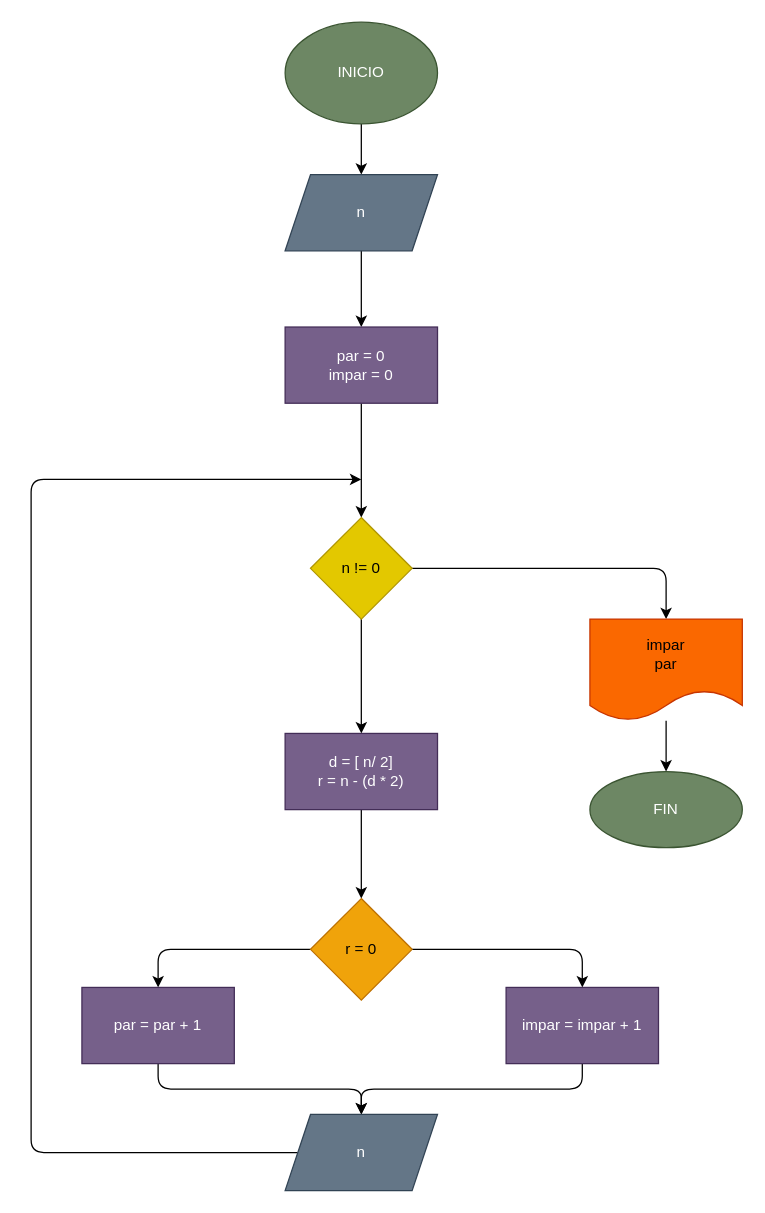
The draw.io diagram ejercicio-2/ejercicio-2.drawio in TomasCv0628/ejercicio-2-centinela, before the edit. Source tidied: cells renumbered, new cells numbered last; positions are measured from the earlier drawing's top-left corner, leaving out a move shared by most shapes. Both pictures are drawn from the tidied source at 127%, with x=0, y=0 at pixel (30, 22).
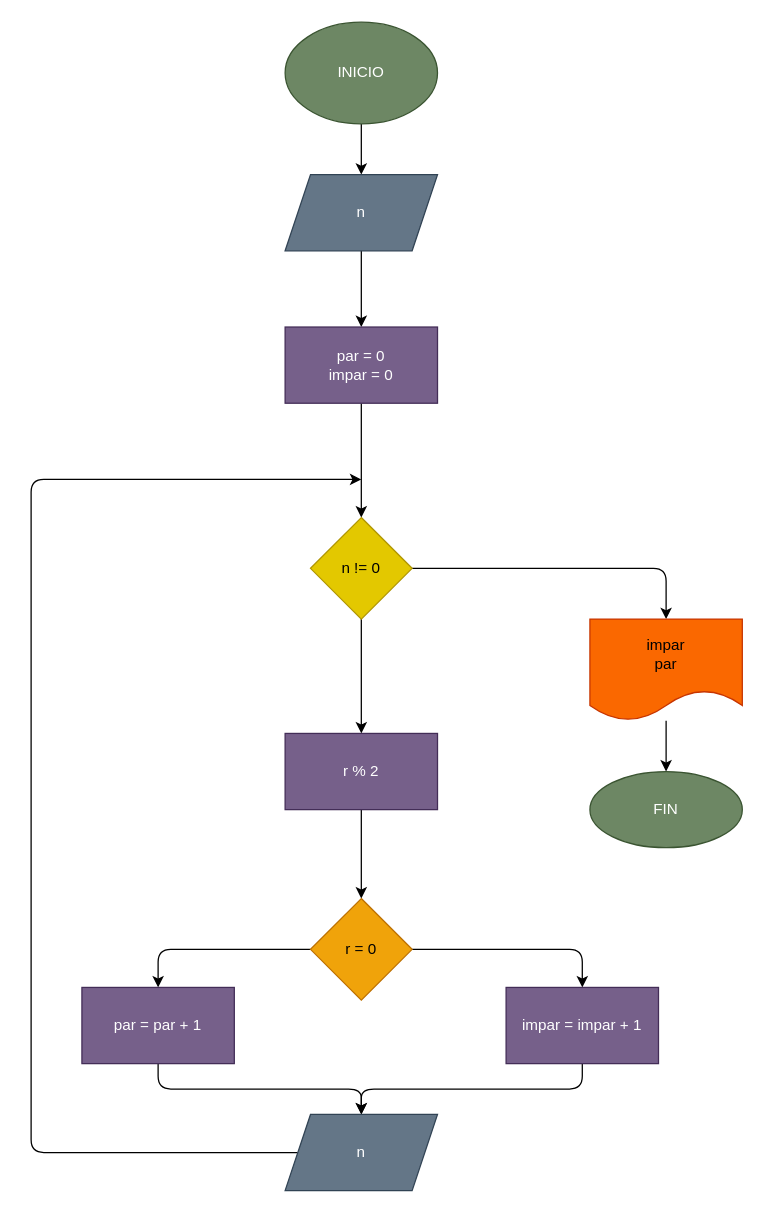
After the change.

Commit message (it also covers changes not shown here):
Desarrollo ejercicio-2 centinela. Diagrama y codigo. TommasCv0628

The edit, as a diff of the source:
```diff
@@
-    <mxCell id="12" value="d = [ n/ 2]&lt;br&gt;r = n - (d * 2)" style="whiteSpace=wrap;html=1;fillColor=#76608a;fontColor=#ffffff;strokeColor=#432D57;" parent="1" vertex="1">
+    <mxCell id="12" value="r % 2" style="whiteSpace=wrap;html=1;fillColor=#76608a;fontColor=#ffffff;strokeColor=#432D57;" parent="1" vertex="1">
       <mxGeometry x="200" y="560" width="120" height="60" as="geometry" />
     </mxCell>
```
